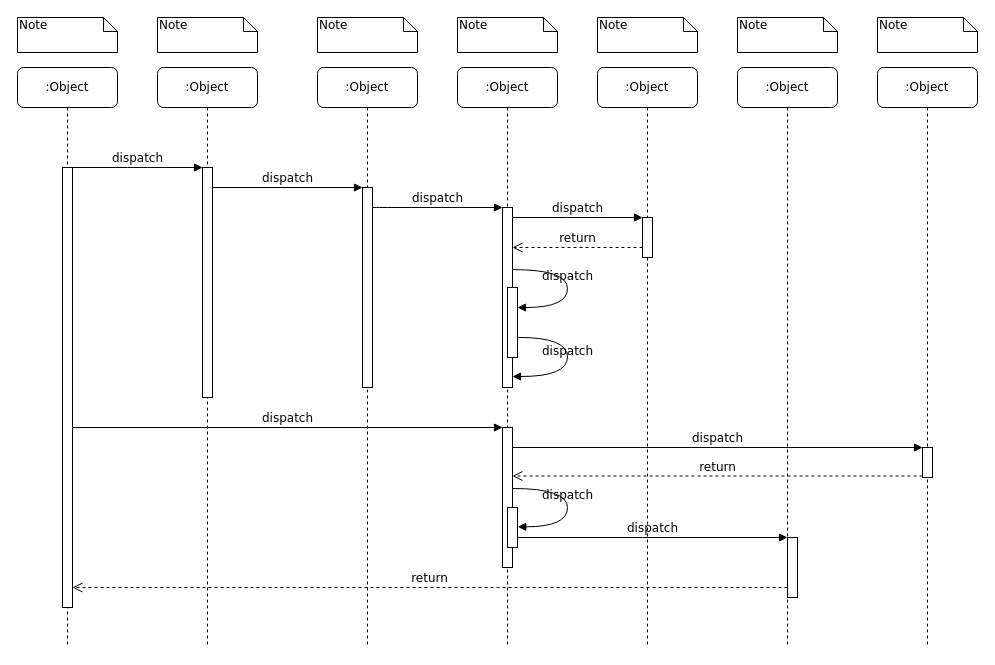
JJponciano/SpaLod keeps this draw.io diagram as UseCase.drawio. Above is the earlier version. Source tidied: cells renumbered, new cells numbered last; positions are measured from the earlier drawing's top-left corner, leaving out a move shared by most shapes. Both pictures are drawn from the tidied source at 100%, with x=0, y=0 at pixel (17, 17).
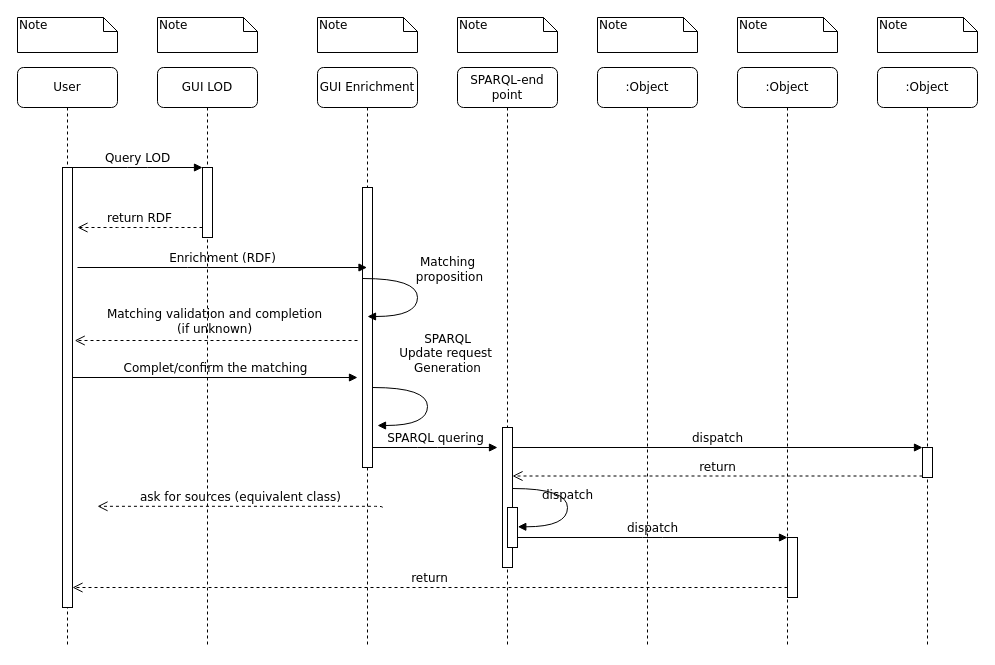
Above is the later version.

The change refers to these unchanged cells:
```xml
<mxCell id="11" style="html=1;points=[];perimeter=orthogonalPerimeter;rounded=0;shadow=0;comic=0;labelBackgroundColor=none;strokeWidth=1;fontFamily=Verdana;fontSize=12;align=center;" parent="10" vertex="1">
  <mxGeometry x="45" y="100" width="10" height="440" as="geometry" />
</mxCell>
<mxCell id="17" style="html=1;points=[];perimeter=orthogonalPerimeter;rounded=0;shadow=0;comic=0;labelBackgroundColor=none;strokeWidth=1;fontFamily=Verdana;fontSize=12;align=center;" parent="1" vertex="1">
  <mxGeometry x="485" y="410" width="10" height="140" as="geometry" />
</mxCell>
```

What changed in the source:
```diff
@@
-    <mxCell id="2" value=":Object" style="shape=umlLifeline;perimeter=lifelinePerimeter;whiteSpace=wrap;html=1;rounded=1;shadow=0;comic=0;labelBackgroundColor=none;strokeWidth=1;fontFamily=Verdana;fontSize=12;align=center;" parent="1" vertex="1">
+    <mxCell id="2" value="GUI LOD" style="shape=umlLifeline;perimeter=lifelinePerimeter;whiteSpace=wrap;html=1;rounded=1;shadow=0;comic=0;labelBackgroundColor=none;strokeWidth=1;fontFamily=Verdana;fontSize=12;align=center;" parent="1" vertex="1">
       <mxGeometry x="140" y="50" width="100" height="580" as="geometry" />
     </mxCell>
     <mxCell id="3" style="html=1;points=[];perimeter=orthogonalPerimeter;rounded=0;shadow=0;comic=0;labelBackgroundColor=none;strokeWidth=1;fontFamily=Verdana;fontSize=12;align=center;" parent="2" vertex="1">
-      <mxGeometry x="45" y="100" width="10" height="230" as="geometry" />
+      <mxGeometry x="45" y="100" width="10" height="70" as="geometry" />
     </mxCell>
-    <mxCell id="4" value=":Object" style="shape=umlLifeline;perimeter=lifelinePerimeter;whiteSpace=wrap;html=1;outlineConnect=0;rounded=1;shadow=0;comic=0;labelBackgroundColor=none;strokeWidth=1;fontFamily=Verdana;fontSize=12;align=center;" parent="1" vertex="1">
+    <mxCell id="4" value="GUI Enrichment" style="shape=umlLifeline;perimeter=lifelinePerimeter;whiteSpace=wrap;html=1;outlineConnect=0;rounded=1;shadow=0;comic=0;labelBackgroundColor=none;strokeWidth=1;fontFamily=Verdana;fontSize=12;align=center;" parent="1" vertex="1">
       <mxGeometry x="300" y="50" width="100" height="580" as="geometry" />
     </mxCell>
     <mxCell id="5" style="html=1;points=[];perimeter=orthogonalPerimeter;rounded=0;shadow=0;comic=0;labelBackgroundColor=none;strokeWidth=1;fontFamily=Verdana;fontSize=12;align=center;" parent="4" vertex="1">
-      <mxGeometry x="45" y="120" width="10" height="200" as="geometry" />
+      <mxGeometry x="45" y="120" width="10" height="280" as="geometry" />
     </mxCell>
-    <mxCell id="6" value=":Object" style="shape=umlLifeline;perimeter=lifelinePerimeter;whiteSpace=wrap;html=1;rounded=1;shadow=0;comic=0;labelBackgroundColor=none;strokeWidth=1;fontFamily=Verdana;fontSize=12;align=center;" parent="1" vertex="1">
+    <mxCell id="6" value="SPARQL-end point" style="shape=umlLifeline;perimeter=lifelinePerimeter;whiteSpace=wrap;html=1;rounded=1;shadow=0;comic=0;labelBackgroundColor=none;strokeWidth=1;fontFamily=Verdana;fontSize=12;align=center;" parent="1" vertex="1">
       <mxGeometry x="440" y="50" width="100" height="580" as="geometry" />
     </mxCell>
@@
-    <mxCell id="10" value=":Object" style="shape=umlLifeline;perimeter=lifelinePerimeter;whiteSpace=wrap;html=1;rounded=1;shadow=0;comic=0;labelBackgroundColor=none;strokeWidth=1;fontFamily=Verdana;fontSize=12;align=center;" parent="1" vertex="1">
+    <mxCell id="10" value="User" style="shape=umlLifeline;perimeter=lifelinePerimeter;whiteSpace=wrap;html=1;rounded=1;shadow=0;comic=0;labelBackgroundColor=none;strokeWidth=1;fontFamily=Verdana;fontSize=12;align=center;" parent="1" vertex="1">
       <mxGeometry y="50" width="100" height="580" as="geometry" />
     </mxCell>
@@
-    <mxCell id="12" style="html=1;points=[];perimeter=orthogonalPerimeter;rounded=0;shadow=0;comic=0;labelBackgroundColor=none;strokeWidth=1;fontFamily=Verdana;fontSize=12;align=center;" parent="1" vertex="1">
-      <mxGeometry x="485" y="190" width="10" height="180" as="geometry" />
-    </mxCell>
-    <mxCell id="13" value="dispatch" style="html=1;verticalAlign=bottom;endArrow=block;labelBackgroundColor=none;fontFamily=Verdana;fontSize=12;edgeStyle=elbowEdgeStyle;elbow=vertical;" parent="1" edge="1" source="5" target="12">
-      <mxGeometry relative="1" as="geometry">
-        <Array as="points">
-          <mxPoint x="360" y="190" />
-        </Array>
-      </mxGeometry>
-    </mxCell>
-    <mxCell id="14" style="html=1;points=[];perimeter=orthogonalPerimeter;rounded=0;shadow=0;comic=0;labelBackgroundColor=none;strokeWidth=1;fontFamily=Verdana;fontSize=12;align=center;" parent="1" vertex="1">
-      <mxGeometry x="625" y="200" width="10" height="40" as="geometry" />
-    </mxCell>
-    <mxCell id="15" value="dispatch" style="html=1;verticalAlign=bottom;endArrow=block;entryX=0;entryY=0;labelBackgroundColor=none;fontFamily=Verdana;fontSize=12;edgeStyle=elbowEdgeStyle;elbow=vertical;" parent="1" edge="1" source="12" target="14">
-      <mxGeometry relative="1" as="geometry" />
-    </mxCell>
-    <mxCell id="16" value="return" style="html=1;verticalAlign=bottom;endArrow=open;dashed=1;endSize=8;labelBackgroundColor=none;fontFamily=Verdana;fontSize=12;edgeStyle=elbowEdgeStyle;elbow=vertical;" parent="1" edge="1" source="14" target="12">
-      <mxGeometry relative="1" as="geometry">
+    <mxCell id="16" value="Matching validation and completion &lt;br&gt;(if unknown)" style="html=1;verticalAlign=bottom;endArrow=open;dashed=1;endSize=8;labelBackgroundColor=none;fontFamily=Verdana;fontSize=12;edgeStyle=elbowEdgeStyle;elbow=vertical;entryX=1.22;entryY=0.393;entryDx=0;entryDy=0;entryPerimeter=0;" parent="1" edge="1" target="11">
+      <mxGeometry x="0.01" y="-2" relative="1" as="geometry">
+        <mxPoint x="340" y="323" as="sourcePoint" />
         <Array as="points">
-          <mxPoint x="570" y="230" />
+          <mxPoint x="270" y="323" />
+          <mxPoint x="140" y="323" />
+          <mxPoint x="230" y="325" />
+          <mxPoint x="240" y="310" />
+          <mxPoint x="330" y="289" />
           <mxPoint x="600" y="230" />
         </Array>
       </mxGeometry>
     </mxCell>
@@
-    <mxCell id="18" value="dispatch" style="html=1;verticalAlign=bottom;endArrow=block;entryX=0;entryY=0;labelBackgroundColor=none;fontFamily=Verdana;fontSize=12;" parent="1" edge="1" source="11" target="17">
-      <mxGeometry relative="1" as="geometry" />
+    <mxCell id="18" value="SPARQL quering" style="html=1;verticalAlign=bottom;endArrow=block;labelBackgroundColor=none;fontFamily=Verdana;fontSize=12;" parent="1" edge="1" source="5">
+      <mxGeometry relative="1" as="geometry">
+        <mxPoint x="480" y="430" as="targetPoint" />
+        <Array as="points">
+          <mxPoint x="410" y="430" />
+        </Array>
+      </mxGeometry>
     </mxCell>
@@
-    <mxCell id="25" value="dispatch" style="html=1;verticalAlign=bottom;endArrow=block;entryX=0;entryY=0;labelBackgroundColor=none;fontFamily=Verdana;fontSize=12;edgeStyle=elbowEdgeStyle;elbow=vertical;" parent="1" edge="1" source="11" target="3">
+    <mxCell id="25" value="Query LOD" style="html=1;verticalAlign=bottom;endArrow=block;entryX=0;entryY=0;labelBackgroundColor=none;fontFamily=Verdana;fontSize=12;edgeStyle=elbowEdgeStyle;elbow=vertical;" parent="1" edge="1" source="11" target="3">
       <mxGeometry relative="1" as="geometry" />
     </mxCell>
-    <mxCell id="26" value="dispatch" style="html=1;verticalAlign=bottom;endArrow=block;entryX=0;entryY=0;labelBackgroundColor=none;fontFamily=Verdana;fontSize=12;edgeStyle=elbowEdgeStyle;elbow=vertical;" parent="1" edge="1" source="3" target="5">
-      <mxGeometry relative="1" as="geometry" />
-    </mxCell>
-    <mxCell id="27" style="html=1;points=[];perimeter=orthogonalPerimeter;rounded=0;shadow=0;comic=0;labelBackgroundColor=none;strokeWidth=1;fontFamily=Verdana;fontSize=12;align=center;" parent="1" vertex="1">
-      <mxGeometry x="490" y="270" width="10" height="70" as="geometry" />
-    </mxCell>
-    <mxCell id="28" value="dispatch" style="html=1;verticalAlign=bottom;endArrow=block;labelBackgroundColor=none;fontFamily=Verdana;fontSize=12;elbow=vertical;edgeStyle=orthogonalEdgeStyle;curved=1;entryX=1;entryY=0.286;entryPerimeter=0;exitX=1.038;exitY=0.345;exitPerimeter=0;" parent="1" edge="1" source="12" target="27">
-      <mxGeometry relative="1" as="geometry">
-        <Array as="points">
-          <mxPoint x="550" y="252" />
-          <mxPoint x="550" y="290" />
-        </Array>
-      </mxGeometry>
-    </mxCell>
-    <mxCell id="29" value="dispatch" style="html=1;verticalAlign=bottom;endArrow=block;labelBackgroundColor=none;fontFamily=Verdana;fontSize=12;elbow=vertical;edgeStyle=orthogonalEdgeStyle;curved=1;exitX=1.066;exitY=0.713;exitPerimeter=0;" parent="1" edge="1" source="27">
-      <mxGeometry relative="1" as="geometry">
-        <mxPoint x="495" y="359" as="targetPoint" />
-        <Array as="points">
-          <mxPoint x="550" y="320" />
-          <mxPoint x="550" y="359" />
-        </Array>
-      </mxGeometry>
-    </mxCell>
@@
+    <mxCell id="39" value="return RDF" style="html=1;verticalAlign=bottom;endArrow=open;dashed=1;endSize=8;labelBackgroundColor=none;fontFamily=Verdana;fontSize=12;edgeStyle=elbowEdgeStyle;elbow=vertical;" parent="1" edge="1" source="3">
+      <mxGeometry relative="1" as="geometry">
+        <mxPoint x="60" y="210" as="targetPoint" />
+        <Array as="points">
+          <mxPoint x="110" y="210" />
+          <mxPoint x="180" y="265" />
+        </Array>
+      </mxGeometry>
+    </mxCell>
+    <mxCell id="40" value="Enrichment (RDF)" style="html=1;verticalAlign=bottom;endArrow=block;labelBackgroundColor=none;fontFamily=Verdana;fontSize=12;edgeStyle=elbowEdgeStyle;elbow=vertical;" parent="1" edge="1" target="4">
+      <mxGeometry relative="1" as="geometry">
+        <mxPoint x="60" y="250" as="sourcePoint" />
+      </mxGeometry>
+    </mxCell>
+    <mxCell id="41" value="ask for sources (equivalent class)" style="html=1;verticalAlign=bottom;endArrow=open;dashed=1;endSize=8;labelBackgroundColor=none;fontFamily=Verdana;fontSize=12;edgeStyle=elbowEdgeStyle;elbow=vertical;exitX=-0.14;exitY=0.601;exitDx=0;exitDy=0;exitPerimeter=0;entryX=1.38;entryY=0.315;entryDx=0;entryDy=0;entryPerimeter=0;" parent="1" edge="1">
+      <mxGeometry relative="1" as="geometry">
+        <mxPoint x="364.8" y="490" as="sourcePoint" />
+        <mxPoint x="80" y="488.4" as="targetPoint" />
+        <Array as="points">
+          <mxPoint x="351.2" y="488.8" />
+          <mxPoint x="621.2" y="429.8" />
+        </Array>
+      </mxGeometry>
+    </mxCell>
+    <mxCell id="42" value="Matching&lt;br&gt;&amp;nbsp;proposition" style="html=1;verticalAlign=bottom;endArrow=block;labelBackgroundColor=none;fontFamily=Verdana;fontSize=12;elbow=vertical;edgeStyle=orthogonalEdgeStyle;curved=1;entryX=1;entryY=0.286;entryPerimeter=0;exitX=1.038;exitY=0.345;exitPerimeter=0;" parent="1" edge="1">
+      <mxGeometry x="-0.11" y="30" relative="1" as="geometry">
+        <mxPoint x="345.4" y="261" as="sourcePoint" />
+        <mxPoint x="350" y="299" as="targetPoint" />
+        <Array as="points">
+          <mxPoint x="400" y="260.9" />
+          <mxPoint x="400" y="298.9" />
+        </Array>
+      </mxGeometry>
+    </mxCell>
+    <mxCell id="43" value="Complet/confirm the matching" style="html=1;verticalAlign=bottom;endArrow=block;labelBackgroundColor=none;fontFamily=Verdana;fontSize=12;" parent="1" edge="1">
+      <mxGeometry relative="1" as="geometry">
+        <mxPoint x="55" y="360" as="sourcePoint" />
+        <mxPoint x="340" y="360" as="targetPoint" />
+      </mxGeometry>
+    </mxCell>
+    <mxCell id="44" value="SPARQL&lt;br&gt;Update request&amp;nbsp;&lt;br&gt;Generation" style="html=1;verticalAlign=bottom;endArrow=block;labelBackgroundColor=none;fontFamily=Verdana;fontSize=12;elbow=vertical;edgeStyle=orthogonalEdgeStyle;curved=1;entryX=1;entryY=0.286;entryPerimeter=0;exitX=1.038;exitY=0.345;exitPerimeter=0;" parent="1" edge="1">
+      <mxGeometry x="-0.23" y="22" relative="1" as="geometry">
+        <mxPoint x="355.4" y="370" as="sourcePoint" />
+        <mxPoint x="360" y="408" as="targetPoint" />
+        <Array as="points">
+          <mxPoint x="410" y="369.9" />
+          <mxPoint x="410" y="407.9" />
+        </Array>
+        <mxPoint x="-2" y="-10" as="offset" />
+      </mxGeometry>
+    </mxCell>
```
